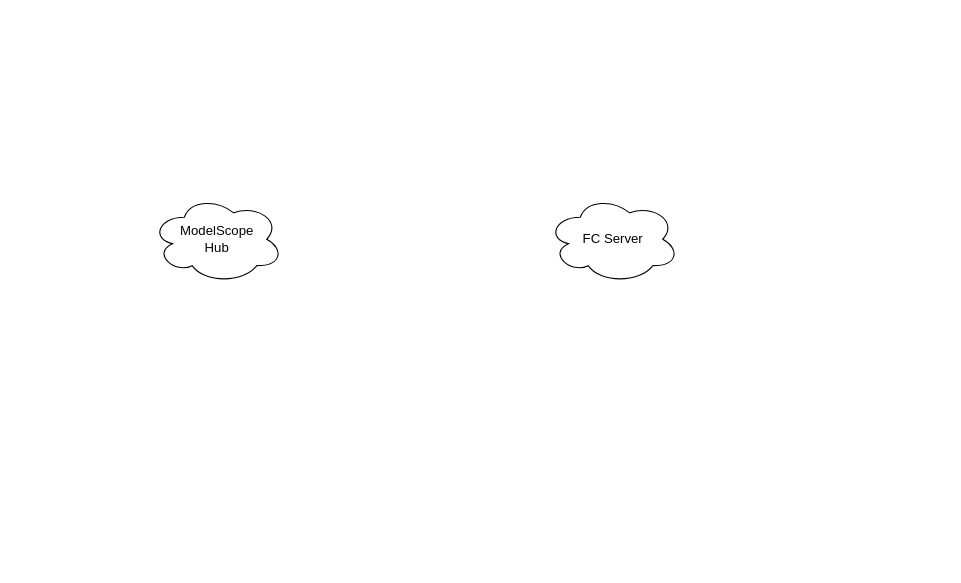
Before: 未命名绘图.drawio in zn-tos/via, a draw.io diagram. Source tidied: cells renumbered, new cells numbered last; positions are measured from the earlier drawing's top-left corner, leaving out a move shared by most shapes. Both pictures are drawn from the tidied source at 110%, with x=0, y=0 at pixel (151, 195).
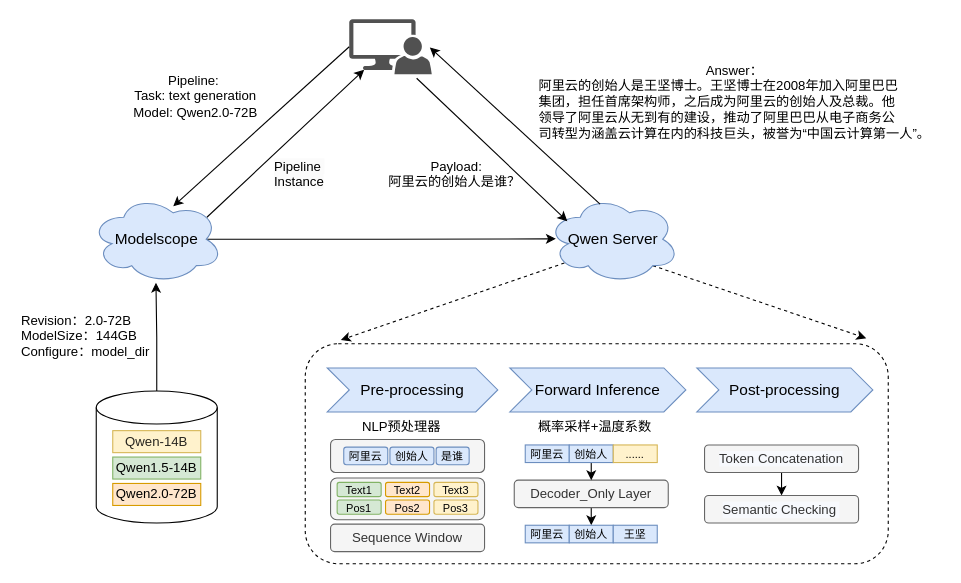
The same page after the edit.

The edit, as a diff of the source:
```diff
@@
-    <mxCell id="2" value="ModelScope&lt;div&gt;Hub&lt;/div&gt;" style="ellipse;shape=cloud;whiteSpace=wrap;html=1;" parent="1" vertex="1">
-      <mxGeometry width="120" height="80" as="geometry" />
-    </mxCell>
+    <mxCell id="4" style="rounded=0;jettySize=auto;html=1;exitX=0.13;exitY=0.77;exitDx=0;exitDy=0;exitPerimeter=0;entryX=0.061;entryY=-0.017;entryDx=0;entryDy=0;entryPerimeter=0;dashed=1;" parent="1" edge="1" source="3" target="7">
+      <mxGeometry relative="1" as="geometry" />
+    </mxCell>
+    <mxCell id="5" style="rounded=0;jettySize=auto;html=1;exitX=0.8;exitY=0.8;exitDx=0;exitDy=0;exitPerimeter=0;dashed=1;" parent="1" edge="1" source="3">
+      <mxGeometry relative="1" as="geometry">
+        <mxPoint x="650" y="130" as="targetPoint" />
+      </mxGeometry>
+    </mxCell>
-    <mxCell id="3" value="FC Server" style="ellipse;shape=cloud;whiteSpace=wrap;html=1;" parent="1" vertex="1">
+    <mxCell id="3" value="&lt;font style=&quot;font-size: 14px;&quot;&gt;Qwen Server&lt;/font&gt;" style="ellipse;shape=cloud;whiteSpace=wrap;html=1;fillColor=#dae8fc;strokeColor=#6c8ebf;" parent="1" vertex="1">
       <mxGeometry x="360" width="120" height="80" as="geometry" />
     </mxCell>
+    <mxCell id="6" parent="0" />
+    <mxCell id="7" value="&lt;div&gt;&lt;br&gt;&lt;/div&gt;" style="rounded=1;whiteSpace=wrap;html=1;shadow=0;dashed=1;" parent="6" vertex="1">
+      <mxGeometry x="140" y="135" width="530" height="200" as="geometry" />
+    </mxCell>
+    <mxCell id="8" style="sketch=0;shadow=0;dashed=0;html=1;strokeColor=none;labelPosition=center;verticalLabelPosition=bottom;verticalAlign=top;align=center;fillColor=#515151;shape=mxgraph.mscae.system_center.admin_console;" parent="6" vertex="1">
+      <mxGeometry x="180" y="-160" width="75" height="50" as="geometry" />
+    </mxCell>
+    <mxCell id="9" style="shape=cylinder3;whiteSpace=wrap;html=1;boundedLbl=1;backgroundOutline=1;size=15;" parent="6" vertex="1">
+      <mxGeometry x="-50" y="178" width="110" height="120" as="geometry" />
+    </mxCell>
+    <mxCell id="10" value="&lt;span style=&quot;color: rgba(0, 0, 0, 0.85); text-align: start; white-space: pre;&quot;&gt;&lt;font style=&quot;font-size: 12px;&quot; face=&quot;Helvetica&quot;&gt;Qwen-14B&lt;/font&gt;&lt;/span&gt;" style="rounded=0;whiteSpace=wrap;html=1;labelBackgroundColor=none;fillColor=#fff2cc;strokeColor=#d6b656;" parent="6" vertex="1">
+      <mxGeometry x="-35" y="214" width="80" height="20" as="geometry" />
+    </mxCell>
+    <mxCell id="11" value="Qwen1.5-14B" style="rounded=0;whiteSpace=wrap;html=1;fillColor=#d5e8d4;strokeColor=#82b366;" parent="6" vertex="1">
+      <mxGeometry x="-35" y="238" width="80" height="20" as="geometry" />
+    </mxCell>
+    <mxCell id="12" value="Qwen2.0-72B" style="rounded=0;whiteSpace=wrap;html=1;fillColor=#ffe6cc;strokeColor=#d79b00;" parent="6" vertex="1">
+      <mxGeometry x="-35" y="262" width="80" height="20" as="geometry" />
+    </mxCell>
+    <mxCell id="13" value="&lt;font style=&quot;font-size: 14px;&quot;&gt;Pre-processing&lt;/font&gt;" style="shape=step;perimeter=stepPerimeter;whiteSpace=wrap;html=1;fixedSize=1;fillColor=#dae8fc;strokeColor=#6c8ebf;" parent="6" vertex="1">
+      <mxGeometry x="160" y="157" width="155" height="40" as="geometry" />
+    </mxCell>
+    <mxCell id="14" value="&lt;font style=&quot;font-size: 14px;&quot;&gt;Post-processing&lt;/font&gt;" style="shape=step;perimeter=stepPerimeter;whiteSpace=wrap;html=1;fixedSize=1;fillColor=#dae8fc;strokeColor=#6c8ebf;" parent="6" vertex="1">
+      <mxGeometry x="496" y="157" width="160" height="40" as="geometry" />
+    </mxCell>
+    <mxCell id="15" value="&lt;font style=&quot;font-size: 14px;&quot;&gt;Forward Inference&lt;/font&gt;" style="shape=step;perimeter=stepPerimeter;whiteSpace=wrap;html=1;fixedSize=1;fillColor=#dae8fc;strokeColor=#6c8ebf;" parent="6" vertex="1">
+      <mxGeometry x="326" y="157" width="160" height="40" as="geometry" />
+    </mxCell>
+    <mxCell id="16" style="edgeStyle=orthogonalEdgeStyle;rounded=0;jettySize=auto;html=1;exitX=0.875;exitY=0.5;exitDx=0;exitDy=0;exitPerimeter=0;entryX=0.065;entryY=0.495;entryDx=0;entryDy=0;entryPerimeter=0;" parent="6" edge="1" source="17" target="3">
+      <mxGeometry relative="1" as="geometry" />
+    </mxCell>
+    <mxCell id="17" value="&lt;font style=&quot;font-size: 14px;&quot;&gt;Modelscope&lt;/font&gt;" style="ellipse;shape=cloud;whiteSpace=wrap;html=1;fillColor=#dae8fc;strokeColor=#6c8ebf;" parent="6" vertex="1">
+      <mxGeometry x="-55" width="120" height="80" as="geometry" />
+    </mxCell>
+    <mxCell id="18" style="rounded=0;jettySize=auto;html=1;exitX=0;exitY=0.5;exitDx=0;exitDy=0;exitPerimeter=0;" parent="6" edge="1" source="8">
+      <mxGeometry relative="1" as="geometry">
+        <mxPoint x="20" y="10" as="targetPoint" />
+      </mxGeometry>
+    </mxCell>
+    <mxCell id="19" style="rounded=0;jettySize=auto;html=1;exitX=0.88;exitY=0.25;exitDx=0;exitDy=0;exitPerimeter=0;entryX=0.18;entryY=0.92;entryDx=0;entryDy=0;entryPerimeter=0;" parent="6" edge="1" source="17" target="8">
+      <mxGeometry relative="1" as="geometry" />
+    </mxCell>
+    <mxCell id="20" style="rounded=0;jettySize=auto;html=1;exitX=0.817;exitY=1.073;exitDx=0;exitDy=0;exitPerimeter=0;entryX=0.152;entryY=0.295;entryDx=0;entryDy=0;entryPerimeter=0;" parent="6" edge="1" source="8" target="3">
+      <mxGeometry relative="1" as="geometry" />
+    </mxCell>
+    <mxCell id="21" style="rounded=0;jettySize=auto;html=1;exitX=0.4;exitY=0.1;exitDx=0;exitDy=0;exitPerimeter=0;entryX=0.977;entryY=0.513;entryDx=0;entryDy=0;entryPerimeter=0;" parent="6" edge="1" target="8">
+      <mxGeometry relative="1" as="geometry">
+        <mxPoint x="408" y="8" as="sourcePoint" />
+      </mxGeometry>
+    </mxCell>
+    <mxCell id="22" value="Pipeline:&amp;nbsp;&lt;div&gt;Task:&amp;nbsp;text generation&lt;/div&gt;&lt;div&gt;Model: Qwen2.0-72B&lt;/div&gt;" style="text;html=1;align=center;verticalAlign=middle;strokeColor=none;fillColor=none;" parent="6" vertex="1">
+      <mxGeometry x="-30" y="-120" width="140" height="60" as="geometry" />
+    </mxCell>
+    <mxCell id="23" style="edgeStyle=orthogonalEdgeStyle;rounded=0;jettySize=auto;html=1;exitX=0.5;exitY=0;exitDx=0;exitDy=0;exitPerimeter=0;entryX=0.494;entryY=0.995;entryDx=0;entryDy=0;entryPerimeter=0;" parent="6" edge="1" source="9" target="17">
+      <mxGeometry relative="1" as="geometry" />
+    </mxCell>
+    <mxCell id="24" value="&lt;span style=&quot;color: rgb(0, 0, 0); font-family: Helvetica; font-size: 12px; font-style: normal; font-variant-ligatures: normal; font-variant-caps: normal; font-weight: 400; letter-spacing: normal; orphans: 2; text-align: center; text-indent: 0px; text-transform: none; widows: 2; word-spacing: 0px; -webkit-text-stroke-width: 0px; white-space: nowrap; background-color: rgb(251, 251, 251); text-decoration-thickness: initial; text-decoration-style: initial; text-decoration-color: initial; display: inline !important; float: none;&quot;&gt;Pipeline&amp;nbsp;&lt;/span&gt;&lt;div&gt;&lt;span style=&quot;color: rgb(0, 0, 0); font-family: Helvetica; font-size: 12px; font-style: normal; font-variant-ligatures: normal; font-variant-caps: normal; font-weight: 400; letter-spacing: normal; orphans: 2; text-align: center; text-indent: 0px; text-transform: none; widows: 2; word-spacing: 0px; -webkit-text-stroke-width: 0px; white-space: nowrap; background-color: rgb(251, 251, 251); text-decoration-thickness: initial; text-decoration-style: initial; text-decoration-color: initial; display: inline !important; float: none;&quot;&gt;Instance&lt;/span&gt;&lt;/div&gt;" style="text;whiteSpace=wrap;html=1;" parent="6" vertex="1">
+      <mxGeometry x="110" y="-40" width="80" height="40" as="geometry" />
+    </mxCell>
+    <mxCell id="25" value="&lt;div style=&quot;text-align: center;&quot;&gt;&lt;span style=&quot;background-color: initial; text-wrap: nowrap;&quot;&gt;Payload:&lt;/span&gt;&lt;/div&gt;&lt;div style=&quot;text-align: justify;&quot;&gt;&lt;span style=&quot;background-color: initial; text-wrap: nowrap;&quot;&gt;阿里云的创始人是谁？&amp;nbsp;&lt;/span&gt;&lt;/div&gt;&lt;div style=&quot;text-align: center;&quot;&gt;&lt;span style=&quot;background-color: initial; text-wrap: nowrap;&quot;&gt;&lt;br&gt;&lt;/span&gt;&lt;/div&gt;" style="text;whiteSpace=wrap;html=1;" parent="6" vertex="1">
+      <mxGeometry x="214" y="-40" width="80" height="50" as="geometry" />
+    </mxCell>
+    <mxCell id="26" value="&lt;div style=&quot;&quot;&gt;&lt;span style=&quot;background-color: initial;&quot;&gt;Answer：&lt;/span&gt;&lt;/div&gt;&lt;div style=&quot;text-align: justify;&quot;&gt;&lt;span style=&quot;background-color: initial;&quot;&gt;阿里云的创始人是王坚博士。&lt;/span&gt;&lt;span style=&quot;background-color: initial;&quot;&gt;王坚博士在2008年加入&lt;/span&gt;&lt;span style=&quot;background-color: initial;&quot;&gt;阿里巴巴&lt;/span&gt;&lt;/div&gt;&lt;div style=&quot;text-align: justify;&quot;&gt;&lt;span style=&quot;background-color: initial;&quot;&gt;集团&lt;/span&gt;&lt;span style=&quot;background-color: initial;&quot;&gt;，&lt;/span&gt;&lt;span style=&quot;background-color: initial;&quot;&gt;担任首席架构师，之后成为阿里云的创始人及总&lt;/span&gt;&lt;span style=&quot;background-color: initial;&quot;&gt;裁。他&lt;/span&gt;&lt;/div&gt;&lt;div style=&quot;text-align: justify;&quot;&gt;&lt;span style=&quot;background-color: initial;&quot;&gt;领导了阿里云从无到有&lt;/span&gt;&lt;span style=&quot;background-color: initial;&quot;&gt;的建设&lt;/span&gt;&lt;span style=&quot;background-color: initial;&quot;&gt;，推动了阿里巴巴从电子商&lt;/span&gt;&lt;span style=&quot;background-color: initial;&quot;&gt;务公&lt;/span&gt;&lt;/div&gt;&lt;div style=&quot;text-align: justify;&quot;&gt;&lt;span style=&quot;background-color: initial;&quot;&gt;司转型为涵盖云计算在内的科技巨头，&lt;/span&gt;&lt;span style=&quot;background-color: initial;&quot;&gt;被誉为“中国云计算第一人”。&lt;/span&gt;&lt;/div&gt;" style="text;html=1;align=center;verticalAlign=middle;strokeColor=none;fillColor=none;" parent="6" vertex="1">
+      <mxGeometry x="340" y="-130" width="380" height="90" as="geometry" />
+    </mxCell>
+    <mxCell id="27" value="&lt;div style=&quot;text-align: justify;&quot;&gt;&lt;span style=&quot;background-color: initial; text-wrap: nowrap;&quot;&gt;Revision：2.0-72B&lt;/span&gt;&lt;/div&gt;&lt;div style=&quot;text-align: justify;&quot;&gt;&lt;span style=&quot;background-color: initial; text-wrap: nowrap;&quot;&gt;ModelSize：144GB&lt;/span&gt;&lt;/div&gt;&lt;div style=&quot;text-align: justify;&quot;&gt;&lt;span style=&quot;background-color: initial; text-wrap: nowrap;&quot;&gt;Configure：model_dir&lt;/span&gt;&lt;/div&gt;" style="text;whiteSpace=wrap;html=1;" parent="6" vertex="1">
+      <mxGeometry x="-120" y="100" width="150" height="70" as="geometry" />
+    </mxCell>
+    <mxCell id="28" style="rounded=1;whiteSpace=wrap;html=1;fillColor=#f5f5f5;strokeColor=#666666;fontColor=#333333;" parent="6" vertex="1">
+      <mxGeometry x="163" y="222" width="140" height="30" as="geometry" />
+    </mxCell>
+    <mxCell id="29" value="&lt;font style=&quot;font-size: 10px;&quot;&gt;阿里云&lt;/font&gt;" style="rounded=1;whiteSpace=wrap;html=1;fillColor=#dae8fc;strokeColor=#6c8ebf;" parent="6" vertex="1">
+      <mxGeometry x="175" y="229" width="40" height="16" as="geometry" />
+    </mxCell>
+    <mxCell id="30" value="&lt;font style=&quot;font-size: 10px;&quot;&gt;创始人&lt;/font&gt;" style="rounded=1;whiteSpace=wrap;html=1;fillColor=#dae8fc;strokeColor=#6c8ebf;" parent="6" vertex="1">
+      <mxGeometry x="217" y="229" width="40" height="16" as="geometry" />
+    </mxCell>
+    <mxCell id="31" value="&lt;font style=&quot;font-size: 10px;&quot;&gt;是谁&lt;/font&gt;" style="rounded=1;whiteSpace=wrap;html=1;fillColor=#dae8fc;strokeColor=#6c8ebf;" parent="6" vertex="1">
+      <mxGeometry x="259" y="229" width="30" height="16" as="geometry" />
+    </mxCell>
+    <mxCell id="32" style="rounded=1;whiteSpace=wrap;html=1;fillColor=#f5f5f5;fontColor=#333333;strokeColor=#666666;" parent="6" vertex="1">
+      <mxGeometry x="163" y="257" width="140" height="38" as="geometry" />
+    </mxCell>
+    <mxCell id="33" value="Sequence Window" style="rounded=1;whiteSpace=wrap;html=1;fillColor=#f5f5f5;fontColor=#333333;strokeColor=#666666;" parent="6" vertex="1">
+      <mxGeometry x="163" y="299" width="140" height="25" as="geometry" />
+    </mxCell>
+    <mxCell id="34" value="&lt;font style=&quot;font-size: 10px;&quot;&gt;Text1&lt;/font&gt;" style="rounded=1;whiteSpace=wrap;html=1;fillColor=#d5e8d4;strokeColor=#82b366;" parent="6" vertex="1">
+      <mxGeometry x="169" y="261" width="40" height="13" as="geometry" />
+    </mxCell>
+    <mxCell id="35" value="&lt;span style=&quot;font-size: 10px;&quot;&gt;Text3&lt;/span&gt;" style="rounded=1;whiteSpace=wrap;html=1;fillColor=#fff2cc;strokeColor=#d6b656;" parent="6" vertex="1">
+      <mxGeometry x="257" y="261" width="40" height="13" as="geometry" />
+    </mxCell>
+    <mxCell id="36" value="&lt;font style=&quot;font-size: 10px;&quot;&gt;Text2&lt;/font&gt;" style="rounded=1;whiteSpace=wrap;html=1;fillColor=#ffe6cc;strokeColor=#d79b00;" parent="6" vertex="1">
+      <mxGeometry x="213" y="261" width="40" height="13" as="geometry" />
+    </mxCell>
+    <mxCell id="37" value="&lt;font style=&quot;font-size: 10px;&quot;&gt;Pos1&lt;/font&gt;" style="rounded=1;whiteSpace=wrap;html=1;fillColor=#d5e8d4;strokeColor=#82b366;" parent="6" vertex="1">
+      <mxGeometry x="169" y="277" width="40" height="13" as="geometry" />
+    </mxCell>
+    <mxCell id="38" value="&lt;span style=&quot;font-size: 10px;&quot;&gt;Pos3&lt;/span&gt;" style="rounded=1;whiteSpace=wrap;html=1;fillColor=#fff2cc;strokeColor=#d6b656;" parent="6" vertex="1">
+      <mxGeometry x="257" y="277" width="40" height="13" as="geometry" />
+    </mxCell>
+    <mxCell id="39" value="&lt;font style=&quot;font-size: 10px;&quot;&gt;Pos2&lt;/font&gt;" style="rounded=1;whiteSpace=wrap;html=1;fillColor=#ffe6cc;strokeColor=#d79b00;" parent="6" vertex="1">
+      <mxGeometry x="213" y="277" width="40" height="13" as="geometry" />
+    </mxCell>
+    <mxCell id="40" value="&lt;div style=&quot;text-align: center;&quot;&gt;&lt;span style=&quot;background-color: initial; text-wrap: nowrap;&quot;&gt;NLP预处理器&lt;/span&gt;&lt;/div&gt;" style="text;whiteSpace=wrap;html=1;" parent="6" vertex="1">
+      <mxGeometry x="190" y="197" width="80" height="50" as="geometry" />
+    </mxCell>
+    <mxCell id="41" value="&lt;div style=&quot;text-align: center;&quot;&gt;&lt;span style=&quot;text-wrap: nowrap;&quot;&gt;概率采样+温度系数&lt;/span&gt;&lt;/div&gt;" style="text;whiteSpace=wrap;html=1;" parent="6" vertex="1">
+      <mxGeometry x="350" y="197" width="80" height="50" as="geometry" />
+    </mxCell>
+    <mxCell id="42" style="edgeStyle=orthogonalEdgeStyle;rounded=0;jettySize=auto;html=1;exitX=0.5;exitY=1;exitDx=0;exitDy=0;entryX=0.5;entryY=0;entryDx=0;entryDy=0;" parent="6" edge="1" source="43" target="45">
+      <mxGeometry relative="1" as="geometry" />
+    </mxCell>
+    <mxCell id="43" value="Decoder_Only Layer" style="rounded=1;whiteSpace=wrap;html=1;fillColor=#f5f5f5;fontColor=#333333;strokeColor=#666666;" parent="6" vertex="1">
+      <mxGeometry x="330" y="259" width="140" height="25" as="geometry" />
+    </mxCell>
+    <mxCell id="44" value="&lt;font style=&quot;font-size: 10px;&quot;&gt;阿里云&lt;/font&gt;" style="rounded=0;whiteSpace=wrap;html=1;fillColor=#dae8fc;strokeColor=#6c8ebf;" parent="6" vertex="1">
+      <mxGeometry x="340" y="300" width="40" height="16" as="geometry" />
+    </mxCell>
+    <mxCell id="45" value="&lt;font style=&quot;font-size: 10px;&quot;&gt;创始人&lt;/font&gt;" style="rounded=0;whiteSpace=wrap;html=1;fillColor=#dae8fc;strokeColor=#6c8ebf;" parent="6" vertex="1">
+      <mxGeometry x="380" y="300" width="40" height="16" as="geometry" />
+    </mxCell>
+    <mxCell id="46" value="&lt;font style=&quot;font-size: 10px;&quot;&gt;王坚&lt;/font&gt;" style="rounded=0;whiteSpace=wrap;html=1;fillColor=#dae8fc;strokeColor=#6c8ebf;" parent="6" vertex="1">
+      <mxGeometry x="420" y="300" width="40" height="16" as="geometry" />
+    </mxCell>
+    <mxCell id="47" value="&lt;font style=&quot;font-size: 10px;&quot;&gt;阿里云&lt;/font&gt;" style="rounded=0;whiteSpace=wrap;html=1;fillColor=#dae8fc;strokeColor=#6c8ebf;" parent="6" vertex="1">
+      <mxGeometry x="340" y="227" width="40" height="16" as="geometry" />
+    </mxCell>
+    <mxCell id="48" style="edgeStyle=orthogonalEdgeStyle;rounded=0;jettySize=auto;html=1;exitX=0.5;exitY=1;exitDx=0;exitDy=0;entryX=0.5;entryY=0;entryDx=0;entryDy=0;" parent="6" edge="1" source="49" target="43">
+      <mxGeometry relative="1" as="geometry" />
+    </mxCell>
+    <mxCell id="49" value="&lt;font style=&quot;font-size: 10px;&quot;&gt;创始人&lt;/font&gt;" style="rounded=0;whiteSpace=wrap;html=1;fillColor=#dae8fc;strokeColor=#6c8ebf;" parent="6" vertex="1">
+      <mxGeometry x="380" y="227" width="40" height="16" as="geometry" />
+    </mxCell>
+    <mxCell id="50" value="&lt;font style=&quot;font-size: 10px;&quot;&gt;......&lt;/font&gt;" style="rounded=0;whiteSpace=wrap;html=1;fillColor=#fff2cc;strokeColor=#d6b656;" parent="6" vertex="1">
+      <mxGeometry x="420" y="227" width="40" height="16" as="geometry" />
+    </mxCell>
+    <mxCell id="51" style="edgeStyle=orthogonalEdgeStyle;rounded=0;jettySize=auto;html=1;exitX=0.5;exitY=1;exitDx=0;exitDy=0;entryX=0.5;entryY=0;entryDx=0;entryDy=0;" parent="6" edge="1" source="52" target="53">
+      <mxGeometry relative="1" as="geometry" />
+    </mxCell>
+    <mxCell id="52" value="&lt;span style=&quot;box-sizing: border-box; font-family: PingFangSC-Regular; text-align: left; background-color: rgb(247, 249, 253);&quot;&gt;&lt;font style=&quot;font-size: 12px;&quot;&gt;Token Concatenation&lt;/font&gt;&lt;/span&gt;" style="rounded=1;whiteSpace=wrap;html=1;fillColor=#f5f5f5;fontColor=#333333;strokeColor=#666666;" parent="6" vertex="1">
+      <mxGeometry x="503" y="227" width="140" height="25" as="geometry" />
+    </mxCell>
+    <mxCell id="53" value="&lt;ul style=&quot;box-sizing: border-box; list-style: none; margin: 0px; padding: 0px; font-family: PingFangSC-Regular; text-align: start; background-color: rgb(247, 249, 253);&quot;&gt;&lt;li style=&quot;box-sizing: border-box; margin-left: 0px;&quot;&gt;&lt;p style=&quot;box-sizing: border-box; margin: 7px 0px; line-height: inherit; font-weight: var(--font-weight-2,normal); color: inherit; white-space-collapse: preserve-breaks; word-break: break-all;&quot;&gt;&lt;span style=&quot;box-sizing: border-box;&quot;&gt;&lt;font style=&quot;font-size: 12px;&quot;&gt;Semantic Checking&amp;nbsp;&lt;/font&gt;&lt;/span&gt;&lt;/p&gt;&lt;/li&gt;&lt;/ul&gt;" style="rounded=1;whiteSpace=wrap;html=1;fillColor=#f5f5f5;fontColor=#333333;strokeColor=#666666;" parent="6" vertex="1">
+      <mxGeometry x="503" y="273" width="140" height="25" as="geometry" />
+    </mxCell>
```
